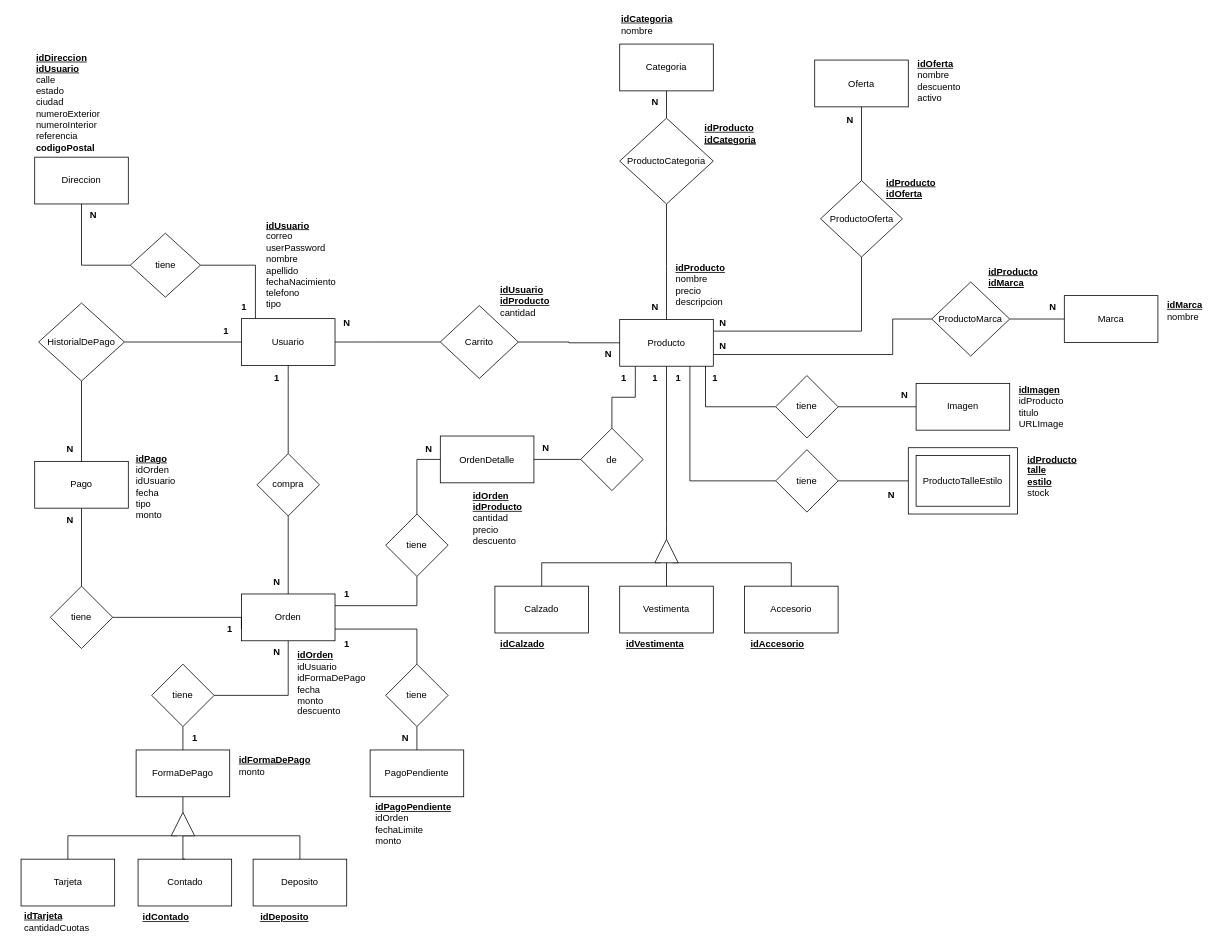
Earlier version of the draw.io diagram documentacion-Ecommerce/MEREcommerce.drawio (YolausGG/ProyectosReact-TrocheGodoy). Source tidied: cells renumbered, new cells numbered last; positions are measured from the earlier drawing's top-left corner, leaving out a move shared by most shapes. Both pictures are drawn from the tidied source at 78%, with x=0, y=0 at pixel (12, 16).
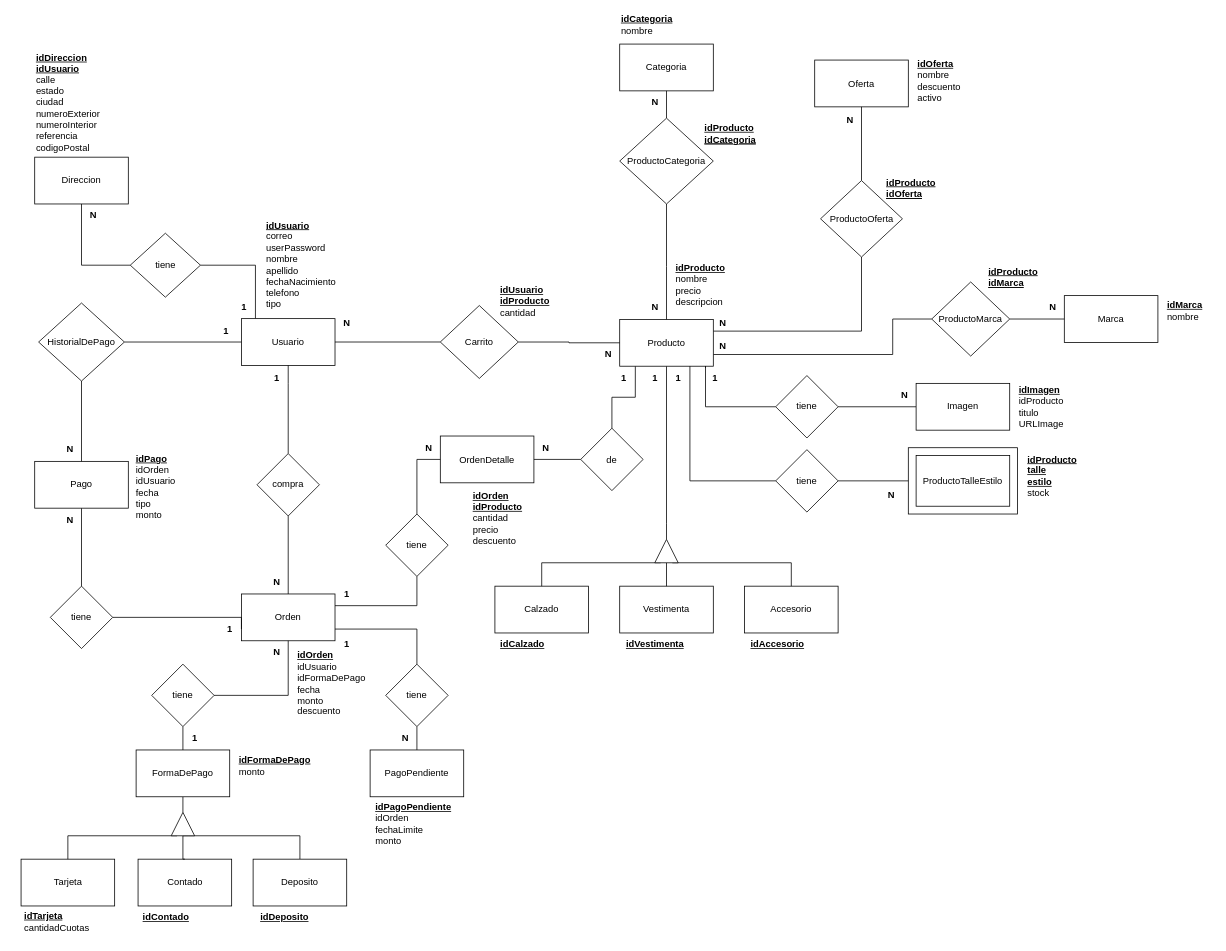
Above is the later version.

Diff of the diagram source:
```diff
@@
     <mxCell id="114" value="N" style="text;html=1;align=center;verticalAlign=middle;strokeColor=none;fillColor=none;fontStyle=1;" parent="1" vertex="1">
-      <mxGeometry x="518" y="540" width="30" height="30" as="geometry" />
+      <mxGeometry x="518" y="537.5" width="30" height="30" as="geometry" />
     </mxCell>
@@
-    <mxCell id="125" value="&lt;u&gt;idDireccion&lt;/u&gt;&lt;div&gt;&lt;u&gt;idUsuario&lt;br&gt;&lt;/u&gt;&lt;div&gt;&lt;span style=&quot;font-weight: normal;&quot;&gt;calle&lt;/span&gt;&lt;/div&gt;&lt;div&gt;&lt;span style=&quot;font-weight: normal;&quot;&gt;estado&lt;/span&gt;&lt;/div&gt;&lt;div&gt;&lt;span style=&quot;font-weight: normal;&quot;&gt;ciudad&lt;/span&gt;&lt;/div&gt;&lt;div&gt;&lt;span style=&quot;font-weight: normal;&quot;&gt;numeroExterior&lt;/span&gt;&lt;/div&gt;&lt;div&gt;&lt;span style=&quot;font-weight: normal;&quot;&gt;numeroInterior&lt;/span&gt;&lt;/div&gt;&lt;div&gt;&lt;span style=&quot;font-weight: normal;&quot;&gt;referencia&lt;/span&gt;&lt;/div&gt;&lt;div&gt;codigoPostal&lt;/div&gt;&lt;/div&gt;" style="text;html=1;strokeColor=none;fillColor=none;align=left;verticalAlign=middle;whiteSpace=wrap;rounded=0;fontStyle=1;" parent="1" vertex="1">
+    <mxCell id="125" value="&lt;u&gt;idDireccion&lt;/u&gt;&lt;div&gt;&lt;u&gt;idUsuario&lt;br&gt;&lt;/u&gt;&lt;div&gt;&lt;span style=&quot;font-weight: normal;&quot;&gt;calle&lt;/span&gt;&lt;/div&gt;&lt;div&gt;&lt;span style=&quot;font-weight: normal;&quot;&gt;estado&lt;/span&gt;&lt;/div&gt;&lt;div&gt;&lt;span style=&quot;font-weight: normal;&quot;&gt;ciudad&lt;/span&gt;&lt;/div&gt;&lt;div&gt;&lt;span style=&quot;font-weight: normal;&quot;&gt;numeroExterior&lt;/span&gt;&lt;/div&gt;&lt;div&gt;&lt;span style=&quot;font-weight: normal;&quot;&gt;numeroInterior&lt;/span&gt;&lt;/div&gt;&lt;div&gt;&lt;span style=&quot;font-weight: normal;&quot;&gt;referencia&lt;/span&gt;&lt;/div&gt;&lt;div&gt;&lt;span style=&quot;font-weight: normal;&quot;&gt;codigoPostal&lt;/span&gt;&lt;/div&gt;&lt;/div&gt;" style="text;html=1;strokeColor=none;fillColor=none;align=left;verticalAlign=middle;whiteSpace=wrap;rounded=0;fontStyle=1;" parent="1" vertex="1">
       <mxGeometry x="28" y="43.1" width="120" height="133.8" as="geometry" />
     </mxCell>
```
